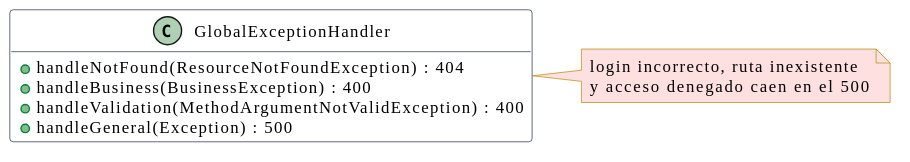
This is docs/reporte/puml/m5-antes.svg from andreiveisuade/TPO-ProcesoDesarrolloSoftware-V3, a PlantUML export, as it was before one commit. Its source is kept beside it as docs/reporte/puml/m5-antes.puml.
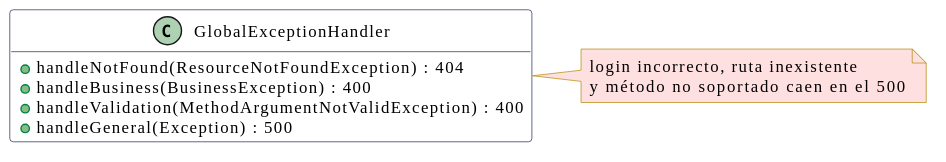
After the commit.

Change to the diagram source:
```diff
@@ -21,6 +21,6 @@
 }
 note right of GlobalExceptionHandler #FFE0E0
   login incorrecto, ruta inexistente
-  y acceso denegado caen en el 500
+  y método no soportado caen en el 500
 end note
 @enduml
```
